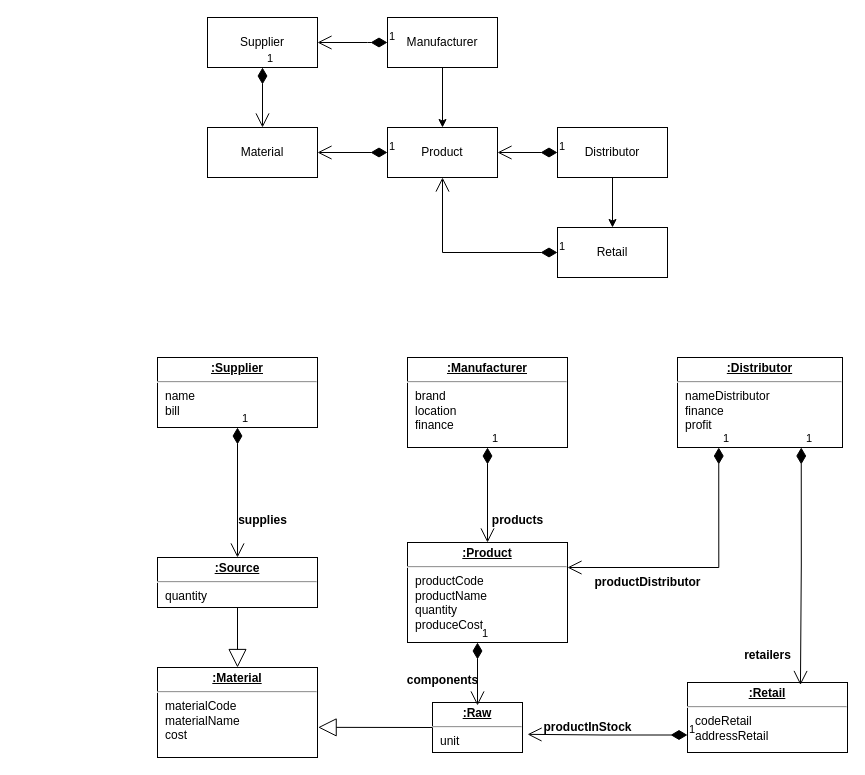
Before: UML/MPOandDO.drawio in zavaranak/932102.Dang, a draw.io diagram. Source tidied: cells renumbered, new cells numbered last; positions are measured from the earlier drawing's top-left corner, leaving out a move shared by most shapes. Both pictures are drawn from the tidied source at 100%, with x=0, y=0 at pixel (157, 17).
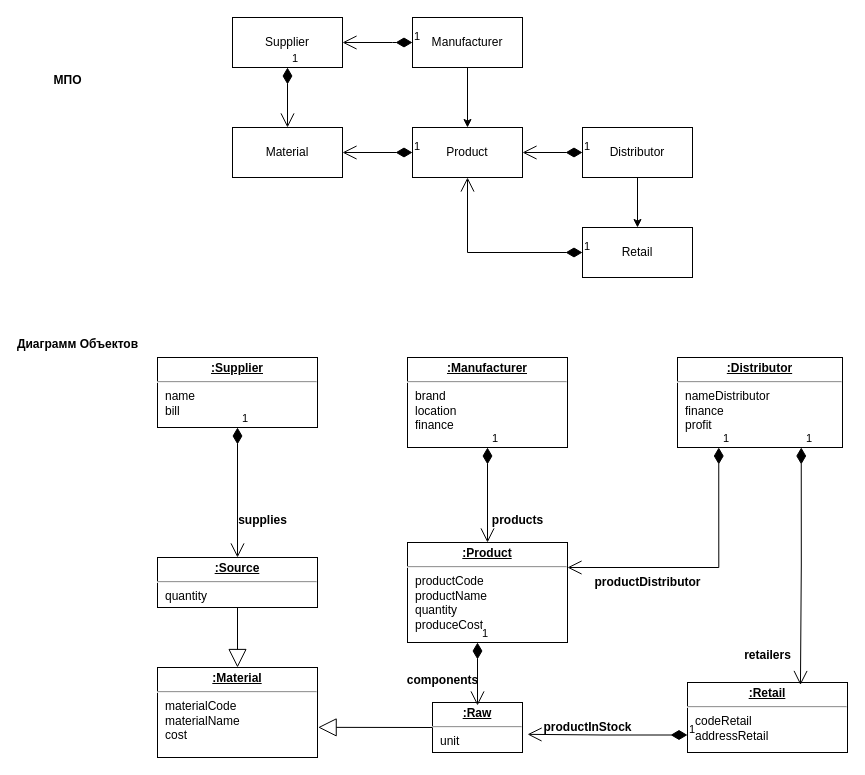
After the change.

The edit, as a diff of the source:
```diff
@@
     <mxCell id="2" value="Маnufacturer" style="html=1;whiteSpace=wrap;" parent="1" vertex="1">
-      <mxGeometry x="230" width="110" height="50" as="geometry" />
+      <mxGeometry x="255" width="110" height="50" as="geometry" />
     </mxCell>
     <mxCell id="3" value="Supplier" style="html=1;whiteSpace=wrap;" parent="1" vertex="1">
-      <mxGeometry x="50" width="110" height="50" as="geometry" />
+      <mxGeometry x="75" width="110" height="50" as="geometry" />
     </mxCell>
     <mxCell id="4" value="Product" style="html=1;whiteSpace=wrap;" parent="1" vertex="1">
-      <mxGeometry x="230" y="110" width="110" height="50" as="geometry" />
+      <mxGeometry x="255" y="110" width="110" height="50" as="geometry" />
     </mxCell>
     <mxCell id="5" value="Material" style="html=1;whiteSpace=wrap;" parent="1" vertex="1">
-      <mxGeometry x="50" y="110" width="110" height="50" as="geometry" />
+      <mxGeometry x="75" y="110" width="110" height="50" as="geometry" />
     </mxCell>
@@
     <mxCell id="7" value="Distributor" style="html=1;whiteSpace=wrap;" parent="1" vertex="1">
-      <mxGeometry x="400" y="110" width="110" height="50" as="geometry" />
+      <mxGeometry x="425" y="110" width="110" height="50" as="geometry" />
     </mxCell>
     <mxCell id="8" value="Retail" style="html=1;whiteSpace=wrap;" parent="1" vertex="1">
-      <mxGeometry x="400" y="210" width="110" height="50" as="geometry" />
+      <mxGeometry x="425" y="210" width="110" height="50" as="geometry" />
     </mxCell>
@@
     <mxCell id="11" value="1" style="endArrow=open;html=1;endSize=12;startArrow=diamondThin;startSize=14;startFill=1;edgeStyle=orthogonalEdgeStyle;align=left;verticalAlign=bottom;rounded=0;exitX=0;exitY=0.5;exitDx=0;exitDy=0;entryX=1;entryY=0.5;entryDx=0;entryDy=0;" parent="1" edge="1" source="2" target="3">
       <mxGeometry x="-1" y="3" relative="1" as="geometry">
         <Array as="points">
-          <mxPoint x="210" y="25" />
-          <mxPoint x="210" y="25" />
+          <mxPoint x="235" y="25" />
+          <mxPoint x="235" y="25" />
         </Array>
       </mxGeometry>
     </mxCell>
@@
+    <mxCell id="37" value="МПО" style="text;align=center;fontStyle=1;verticalAlign=middle;spacingLeft=3;spacingRight=3;strokeColor=none;html=1;" parent="1" vertex="1">
+      <mxGeometry x="-130" y="50" width="80" height="26" as="geometry" />
+    </mxCell>
+    <mxCell id="38" value="Диаграмм Объектов" style="text;align=center;fontStyle=1;verticalAlign=middle;spacingLeft=3;spacingRight=3;strokeColor=none;html=1;" parent="1" vertex="1">
+      <mxGeometry x="-120" y="314" width="80" height="26" as="geometry" />
+    </mxCell>
```
